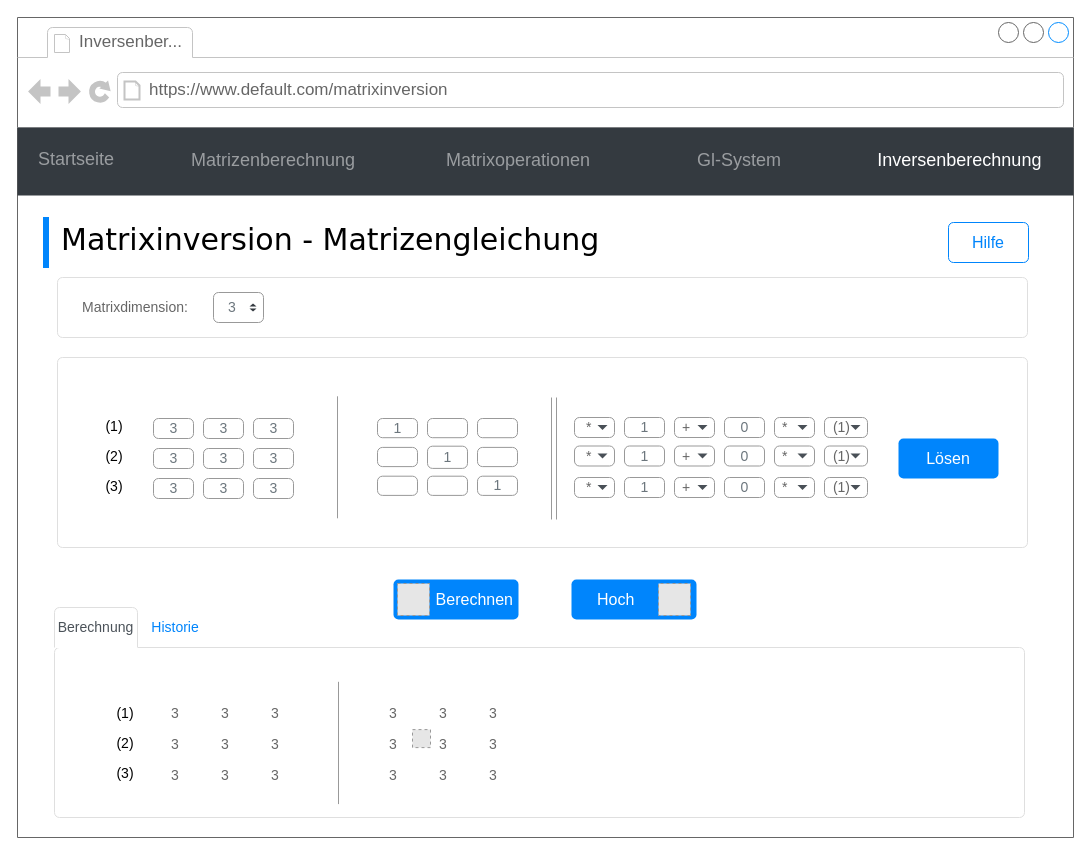
Above: mockup/mockup_matrixinversion.drawio in finitearth/Gaussian-Elimination-GUI (draw.io), before the change. Source tidied: cells renumbered, new cells numbered last; positions are measured from the earlier drawing's top-left corner, leaving out a move shared by most shapes. Both pictures are drawn from the tidied source at 100%, with x=0, y=0 at pixel (17, 17). Pictures stored in the file or linked from it are replaced by grey dashed boxes.
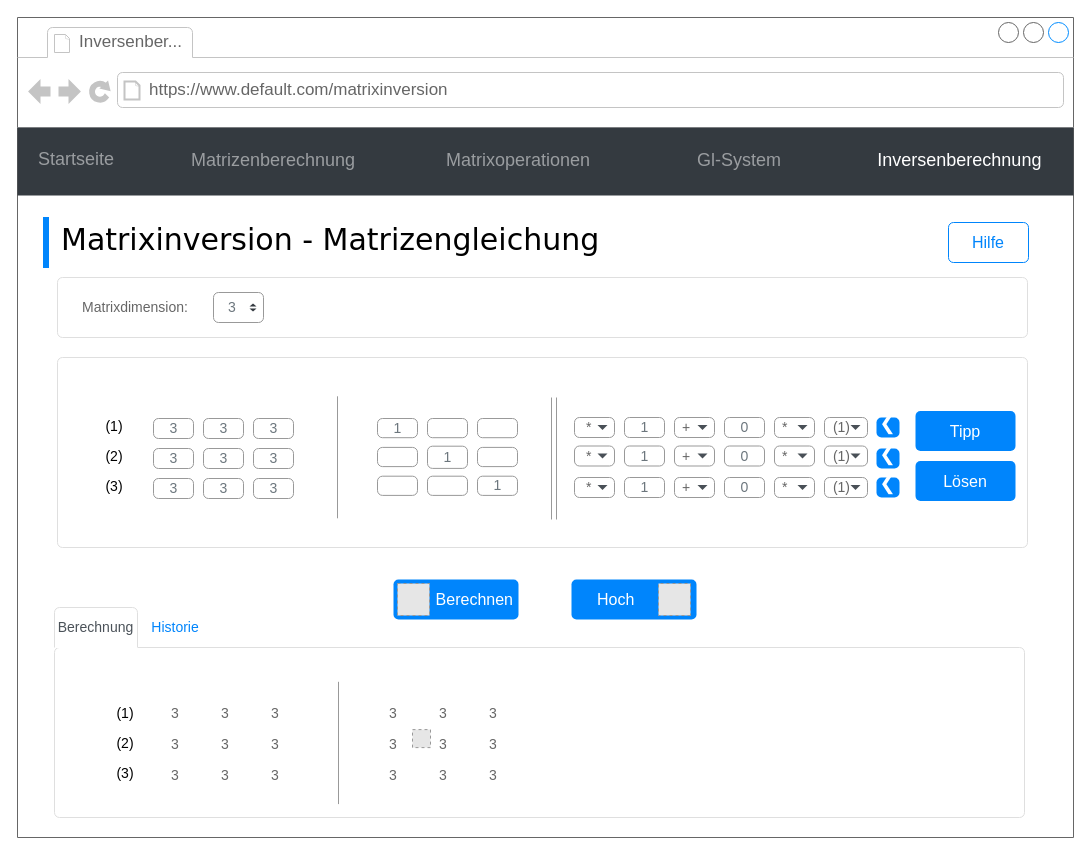
Above is the later version.

The change refers to these unchanged cells:
```xml
<mxCell id="2" style="strokeWidth=1;shadow=0;dashed=0;align=center;html=1;shape=mxgraph.mockup.containers.browserWindow;rSize=0;strokeColor=#666666;mainText=,;rounded=0;labelBackgroundColor=none;fontFamily=Verdana;fontSize=12;" parent="1" vertex="1">
  <mxGeometry width="1056" height="820" as="geometry" />
</mxCell>
```

What changed in the source:
```diff
@@
-    <mxCell id="68" value="Lösen" style="html=1;shadow=0;dashed=0;shape=mxgraph.bootstrap.rrect;rSize=5;strokeColor=none;strokeWidth=1;fillColor=#0085FC;fontColor=#FFFFFF;whiteSpace=wrap;align=center;verticalAlign=middle;spacingLeft=0;fontStyle=0;fontSize=16;spacing=5;" parent="2" vertex="1">
-      <mxGeometry x="881" y="421" width="100" height="40" as="geometry" />
-    </mxCell>
@@
+    <mxCell id="68" value="Lösen" style="html=1;shadow=0;dashed=0;shape=mxgraph.bootstrap.rrect;rSize=5;strokeColor=none;strokeWidth=1;fillColor=#0085FC;fontColor=#FFFFFF;whiteSpace=wrap;align=center;verticalAlign=middle;spacingLeft=0;fontStyle=0;fontSize=16;spacing=5;" parent="2" vertex="1">
+      <mxGeometry x="898" y="443.5" width="100" height="40" as="geometry" />
+    </mxCell>
+    <mxCell id="110" value="Tipp" style="html=1;shadow=0;dashed=0;shape=mxgraph.bootstrap.rrect;rSize=5;strokeColor=none;strokeWidth=1;fillColor=#0085FC;fontColor=#FFFFFF;whiteSpace=wrap;align=center;verticalAlign=middle;spacingLeft=0;fontStyle=0;fontSize=16;spacing=5;" parent="2" vertex="1">
+      <mxGeometry x="898" y="393.5" width="100" height="40" as="geometry" />
+    </mxCell>
@@
+    <mxCell id="111" value="&lt;font style=&quot;font-size: 20px;&quot;&gt;❯&lt;/font&gt;" style="html=1;shadow=0;dashed=0;shape=mxgraph.bootstrap.rrect;rSize=5;strokeColor=none;strokeWidth=1;fillColor=#0085FC;fontColor=#FFFFFF;whiteSpace=wrap;align=center;verticalAlign=middle;spacingLeft=0;fontStyle=0;fontSize=16;spacing=5;rotation=-180;" parent="1" vertex="1">
+      <mxGeometry x="859" y="400" width="23" height="20" as="geometry" />
+    </mxCell>
+    <mxCell id="112" value="&lt;font style=&quot;font-size: 20px;&quot;&gt;❯&lt;/font&gt;" style="html=1;shadow=0;dashed=0;shape=mxgraph.bootstrap.rrect;rSize=5;strokeColor=none;strokeWidth=1;fillColor=#0085FC;fontColor=#FFFFFF;whiteSpace=wrap;align=center;verticalAlign=middle;spacingLeft=0;fontStyle=0;fontSize=16;spacing=5;rotation=-180;" parent="1" vertex="1">
+      <mxGeometry x="859" y="431" width="23" height="20" as="geometry" />
+    </mxCell>
+    <mxCell id="113" value="&lt;font style=&quot;font-size: 20px;&quot;&gt;❯&lt;/font&gt;" style="html=1;shadow=0;dashed=0;shape=mxgraph.bootstrap.rrect;rSize=5;strokeColor=none;strokeWidth=1;fillColor=#0085FC;fontColor=#FFFFFF;whiteSpace=wrap;align=center;verticalAlign=middle;spacingLeft=0;fontStyle=0;fontSize=16;spacing=5;rotation=-180;" parent="1" vertex="1">
+      <mxGeometry x="859" y="460" width="23" height="20" as="geometry" />
+    </mxCell>
```
